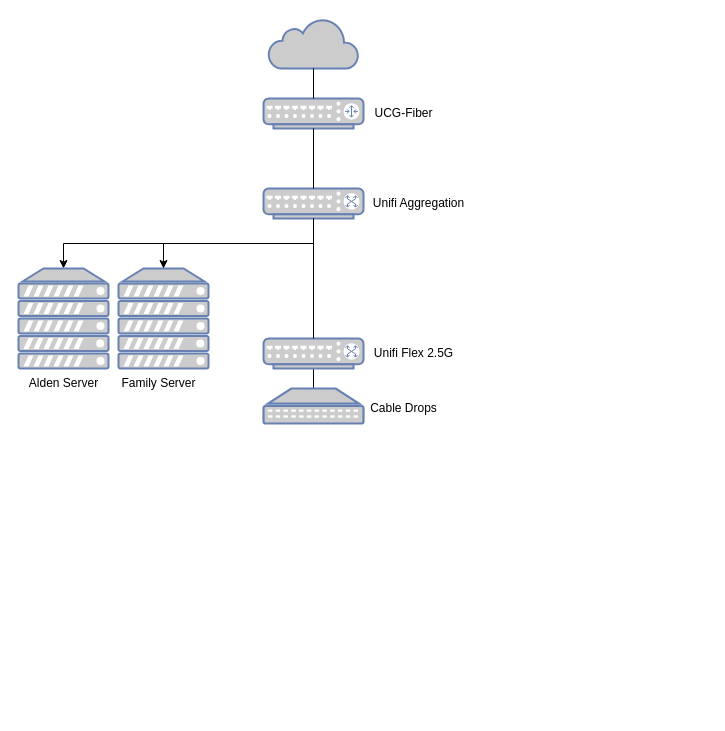
Earlier version of the draw.io diagram Untitled Diagram.drawio (Aquaspaces/Aquaspaces). Source tidied: cells renumbered, new cells numbered last; positions are measured from the earlier drawing's top-left corner, leaving out a move shared by most shapes. Both pictures are drawn from the tidied source at 100%, with x=0, y=0 at pixel (18, 18).
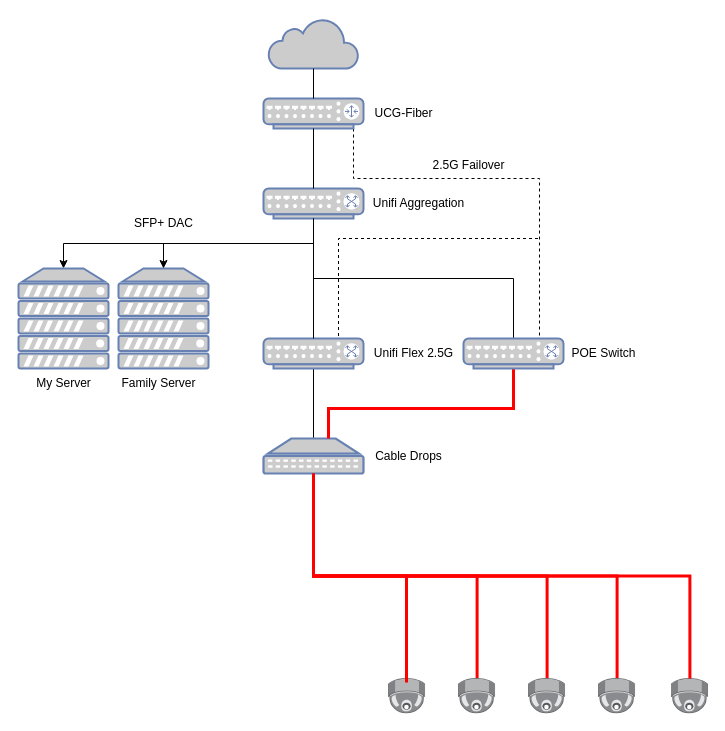
The same diagram, later.

Unchanged cells that the change refers to:
```xml
<mxCell id="3" style="fontColor=#0066CC;verticalAlign=top;verticalLabelPosition=bottom;labelPosition=center;align=center;html=1;outlineConnect=0;fillColor=#CCCCCC;strokeColor=#6881B3;gradientColor=none;gradientDirection=north;strokeWidth=2;shape=mxgraph.networks.router;" parent="1" vertex="1">
  <mxGeometry x="245" y="80" width="100" height="30" as="geometry" />
</mxCell>
<mxCell id="5" style="fontColor=#0066CC;verticalAlign=top;verticalLabelPosition=bottom;labelPosition=center;align=center;html=1;outlineConnect=0;fillColor=#CCCCCC;strokeColor=#6881B3;gradientColor=none;gradientDirection=north;strokeWidth=2;shape=mxgraph.networks.switch;" parent="1" vertex="1">
  <mxGeometry x="245" y="170" width="100" height="30" as="geometry" />
</mxCell>
<mxCell id="14" style="fontColor=#0066CC;verticalAlign=top;verticalLabelPosition=bottom;labelPosition=center;align=center;html=1;outlineConnect=0;fillColor=#CCCCCC;strokeColor=#6881B3;gradientColor=none;gradientDirection=north;strokeWidth=2;shape=mxgraph.networks.switch;" parent="1" vertex="1">
  <mxGeometry x="245" y="320" width="100" height="30" as="geometry" />
</mxCell>
```

The edit, as a diff of the source:
```diff
@@
+    <mxCell id="21" style="edgeStyle=orthogonalEdgeStyle;rounded=0;jettySize=auto;html=1;exitX=0.9;exitY=1;exitDx=0;exitDy=0;exitPerimeter=0;endArrow=none;startFill=0;dashed=1;" parent="1" edge="1" source="3" target="28">
+      <mxGeometry relative="1" as="geometry">
+        <Array as="points">
+          <mxPoint x="335" y="160" />
+          <mxPoint x="521" y="160" />
+        </Array>
+      </mxGeometry>
+    </mxCell>
@@
+    <mxCell id="22" style="edgeStyle=orthogonalEdgeStyle;rounded=0;jettySize=auto;html=1;exitX=0.5;exitY=1;exitDx=0;exitDy=0;exitPerimeter=0;endArrow=none;startFill=0;" parent="1" edge="1" source="5" target="28">
+      <mxGeometry relative="1" as="geometry" />
+    </mxCell>
@@
+    <mxCell id="23" style="edgeStyle=orthogonalEdgeStyle;rounded=0;jettySize=auto;html=1;exitX=0.95;exitY=0.05;exitDx=0;exitDy=0;exitPerimeter=0;endArrow=none;startFill=0;dashed=1;" parent="1" edge="1" source="14">
+      <mxGeometry relative="1" as="geometry">
+        <mxPoint x="520" y="220" as="targetPoint" />
+        <Array as="points">
+          <mxPoint x="320" y="322" />
+          <mxPoint x="320" y="220" />
+        </Array>
+      </mxGeometry>
+    </mxCell>
@@
+    <mxCell id="24" style="edgeStyle=orthogonalEdgeStyle;rounded=0;jettySize=auto;html=1;exitX=0.5;exitY=1;exitDx=0;exitDy=0;exitPerimeter=0;strokeColor=#FF0000;strokeWidth=3;endArrow=none;startFill=0;" parent="1" edge="1" source="16" target="34">
+      <mxGeometry relative="1" as="geometry" />
+    </mxCell>
+    <mxCell id="25" style="edgeStyle=orthogonalEdgeStyle;rounded=0;jettySize=auto;html=1;exitX=0.5;exitY=1;exitDx=0;exitDy=0;exitPerimeter=0;strokeColor=#FF0000;strokeWidth=3;endArrow=none;startFill=0;" parent="1" edge="1" source="16" target="35">
+      <mxGeometry relative="1" as="geometry" />
+    </mxCell>
+    <mxCell id="26" style="edgeStyle=orthogonalEdgeStyle;rounded=0;jettySize=auto;html=1;exitX=0.5;exitY=1;exitDx=0;exitDy=0;exitPerimeter=0;strokeColor=#FF0000;strokeWidth=3;endArrow=none;startFill=0;" parent="1" edge="1" source="16" target="33">
+      <mxGeometry relative="1" as="geometry" />
+    </mxCell>
     <mxCell id="16" style="fontColor=#0066CC;verticalAlign=top;verticalLabelPosition=bottom;labelPosition=center;align=center;html=1;outlineConnect=0;fillColor=#CCCCCC;strokeColor=#6881B3;gradientColor=none;gradientDirection=north;strokeWidth=2;shape=mxgraph.networks.patch_panel;" parent="1" vertex="1">
-      <mxGeometry x="245" y="370" width="100" height="35" as="geometry" />
+      <mxGeometry x="245" y="420" width="100" height="35" as="geometry" />
     </mxCell>
     <mxCell id="17" value="Cable Drops" style="text;html=1;align=center;verticalAlign=middle;strokeColor=none;fillColor=none;" parent="1" vertex="1">
-      <mxGeometry x="340" y="375" width="90" height="30" as="geometry" />
+      <mxGeometry x="345" y="422.5" width="90" height="30" as="geometry" />
     </mxCell>
@@
-    <mxCell id="19" value="Alden Server" style="text;html=1;align=center;verticalAlign=middle;strokeColor=none;fillColor=none;" parent="1" vertex="1">
-      <mxGeometry y="350" width="90" height="30" as="geometry" />
+    <mxCell id="19" value="&lt;div&gt;My Server&lt;/div&gt;" style="text;html=1;align=center;verticalAlign=middle;strokeColor=none;fillColor=none;" parent="1" vertex="1">
+      <mxGeometry x="5" y="350" width="80" height="30" as="geometry" />
     </mxCell>
@@
+    <mxCell id="27" style="edgeStyle=orthogonalEdgeStyle;rounded=0;jettySize=auto;html=1;exitX=0.5;exitY=1;exitDx=0;exitDy=0;exitPerimeter=0;endArrow=none;startFill=0;strokeColor=#FF0000;fillColor=#f8cecc;strokeWidth=3;" parent="1" edge="1" source="28">
+      <mxGeometry relative="1" as="geometry">
+        <mxPoint x="310" y="420" as="targetPoint" />
+        <Array as="points">
+          <mxPoint x="495" y="390" />
+          <mxPoint x="310" y="390" />
+          <mxPoint x="310" y="420" />
+        </Array>
+      </mxGeometry>
+    </mxCell>
+    <mxCell id="28" style="fontColor=#0066CC;verticalAlign=top;verticalLabelPosition=bottom;labelPosition=center;align=center;html=1;outlineConnect=0;fillColor=#CCCCCC;strokeColor=#6881B3;gradientColor=none;gradientDirection=north;strokeWidth=2;shape=mxgraph.networks.switch;" parent="1" vertex="1">
+      <mxGeometry x="445" y="320" width="100" height="30" as="geometry" />
+    </mxCell>
+    <mxCell id="29" value="POE Switch" style="text;html=1;align=center;verticalAlign=middle;strokeColor=none;fillColor=none;" parent="1" vertex="1">
+      <mxGeometry x="540" y="320" width="90" height="30" as="geometry" />
+    </mxCell>
+    <mxCell id="30" value="SFP+ DAC" style="text;html=1;align=center;verticalAlign=middle;strokeColor=none;fillColor=none;" parent="1" vertex="1">
+      <mxGeometry x="105" y="190" width="80" height="30" as="geometry" />
+    </mxCell>
+    <mxCell id="31" value="2.5G Failover" style="text;html=1;align=center;verticalAlign=middle;strokeColor=none;fillColor=none;" parent="1" vertex="1">
+      <mxGeometry x="400" y="132" width="100" height="30" as="geometry" />
+    </mxCell>
+    <mxCell id="32" style="image;points=[];html=1;align=center;shadow=0;dashed=0;image=img/lib/allied_telesis/security/Surveillance_Camera_Ceiling.svg;" parent="1" vertex="1">
+      <mxGeometry x="370" y="660" width="37.2" height="35.4" as="geometry" />
+    </mxCell>
+    <mxCell id="33" style="image;points=[];html=1;align=center;shadow=0;dashed=0;image=img/lib/allied_telesis/security/Surveillance_Camera_Ceiling.svg;" parent="1" vertex="1">
+      <mxGeometry x="440" y="660" width="37.2" height="35.4" as="geometry" />
+    </mxCell>
+    <mxCell id="34" style="image;points=[];html=1;align=center;shadow=0;dashed=0;image=img/lib/allied_telesis/security/Surveillance_Camera_Ceiling.svg;" parent="1" vertex="1">
+      <mxGeometry x="580" y="660" width="37.2" height="35.4" as="geometry" />
+    </mxCell>
+    <mxCell id="35" style="image;points=[];html=1;align=center;shadow=0;dashed=0;image=img/lib/allied_telesis/security/Surveillance_Camera_Ceiling.svg;" parent="1" vertex="1">
+      <mxGeometry x="510" y="660" width="37.2" height="35.4" as="geometry" />
+    </mxCell>
+    <mxCell id="36" style="image;points=[];html=1;align=center;shadow=0;dashed=0;image=img/lib/allied_telesis/security/Surveillance_Camera_Ceiling.svg;" parent="1" vertex="1">
+      <mxGeometry x="652.8" y="660" width="37.2" height="35.4" as="geometry" />
+    </mxCell>
+    <mxCell id="37" style="edgeStyle=orthogonalEdgeStyle;rounded=0;jettySize=auto;html=1;exitX=0.5;exitY=1;exitDx=0;exitDy=0;exitPerimeter=0;strokeColor=#FF0000;strokeWidth=3;endArrow=none;startFill=0;" parent="1" edge="1" source="16" target="36">
+      <mxGeometry relative="1" as="geometry" />
+    </mxCell>
+    <mxCell id="38" style="edgeStyle=orthogonalEdgeStyle;rounded=0;jettySize=auto;html=1;exitX=0.5;exitY=1;exitDx=0;exitDy=0;exitPerimeter=0;entryX=0.484;entryY=0.113;entryDx=0;entryDy=0;entryPerimeter=0;strokeColor=#FF0000;strokeWidth=3;endArrow=none;startFill=0;" parent="1" edge="1" source="16" target="32">
+      <mxGeometry relative="1" as="geometry" />
+    </mxCell>
```
